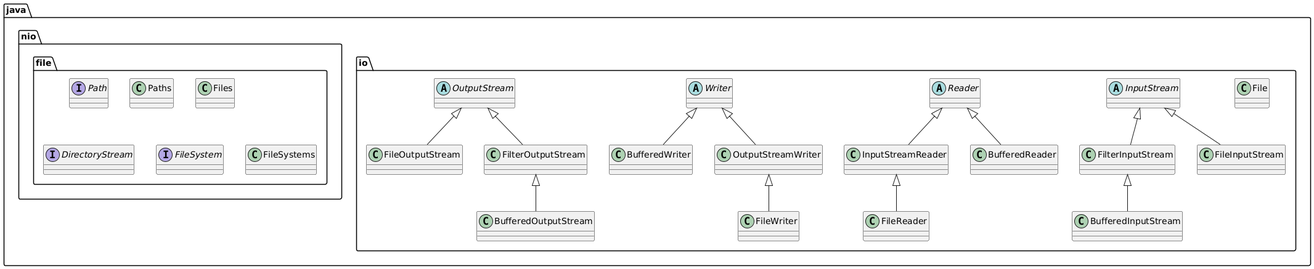
Earlier version of the PlantUML export lectures/examples/12-file/doc/file-names.png (caioamorim7/poo). Its diagram source:
```plantuml
@startuml
skinparam classAttributeIconSize 0


package "java.io" {

    class File

    abstract class InputStream

    class FilterInputStream extends InputStream
    class BufferedInputStream extends FilterInputStream
    class FileInputStream extends InputStream

    abstract class Reader

    class InputStreamReader extends Reader
    class FileReader extends InputStreamReader
    class BufferedReader extends Reader

    abstract class Writer

    class BufferedWriter extends Writer
    class OutputStreamWriter extends Writer
    class FileWriter extends OutputStreamWriter

    abstract class OutputStream

    class FileOutputStream extends OutputStream
    class FilterOutputStream extends OutputStream
    class BufferedOutputStream extends FilterOutputStream
}

package "java.nio.file" {
    interface Path
    class Paths
    class Files
    interface DirectoryStream
    interface FileSystem
    class FileSystems
}

@enduml
```
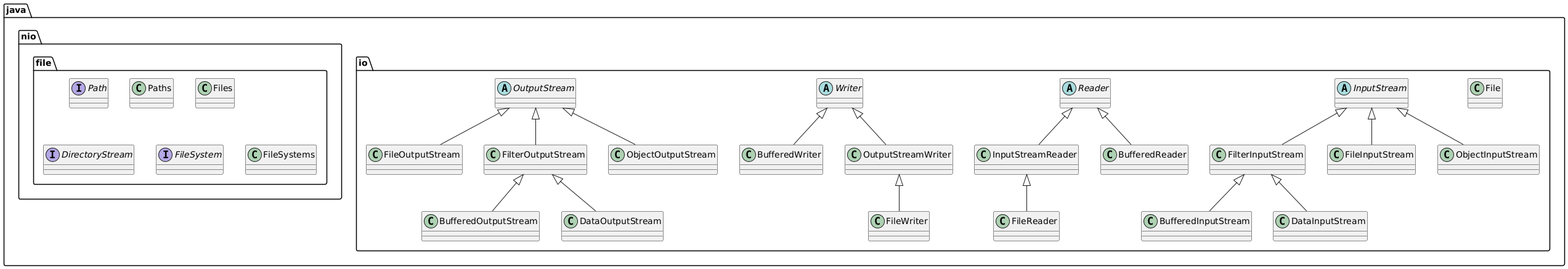
After the change.

Change to the diagram source:
```diff
@@ -10,7 +10,9 @@
 
     class FilterInputStream extends InputStream
     class BufferedInputStream extends FilterInputStream
+    class DataInputStream extends FilterInputStream
     class FileInputStream extends InputStream
+    class ObjectInputStream extends InputStream
 
     abstract class Reader
 
@@ -29,6 +31,8 @@
     class FileOutputStream extends OutputStream
     class FilterOutputStream extends OutputStream
     class BufferedOutputStream extends FilterOutputStream
+    class DataOutputStream extends FilterOutputStream
+    class ObjectOutputStream extends OutputStream
 }
 
 package "java.nio.file" {
```
